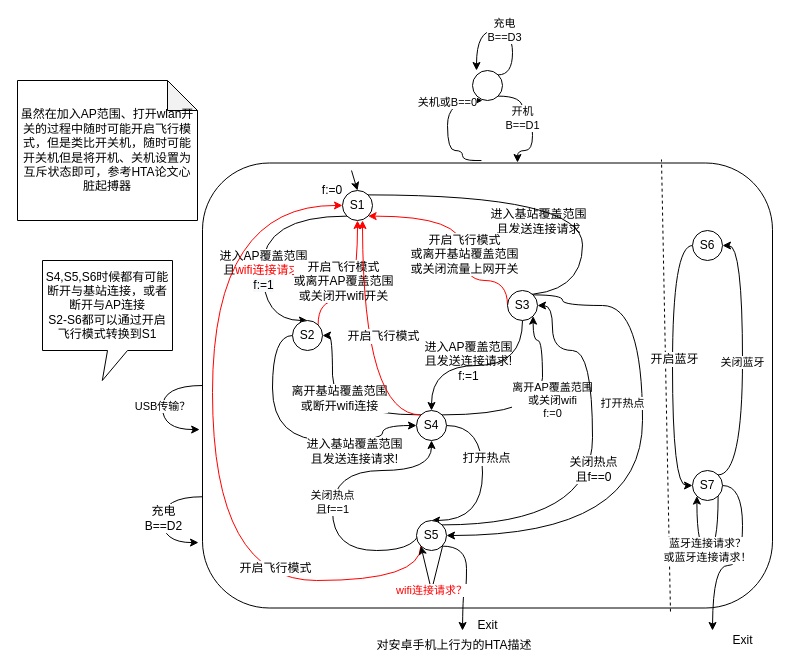
Earlier version of the draw.io diagram page "手机HTA" (2 of 5) of 时间自动机.drawio (Icarus1994/neutron_conf). Source tidied: cells renumbered, new cells numbered last; positions are measured from the earlier drawing's top-left corner, leaving out a move shared by most shapes. Both pictures are drawn from the tidied source at 100%, with x=0, y=0 at pixel (17, 30).
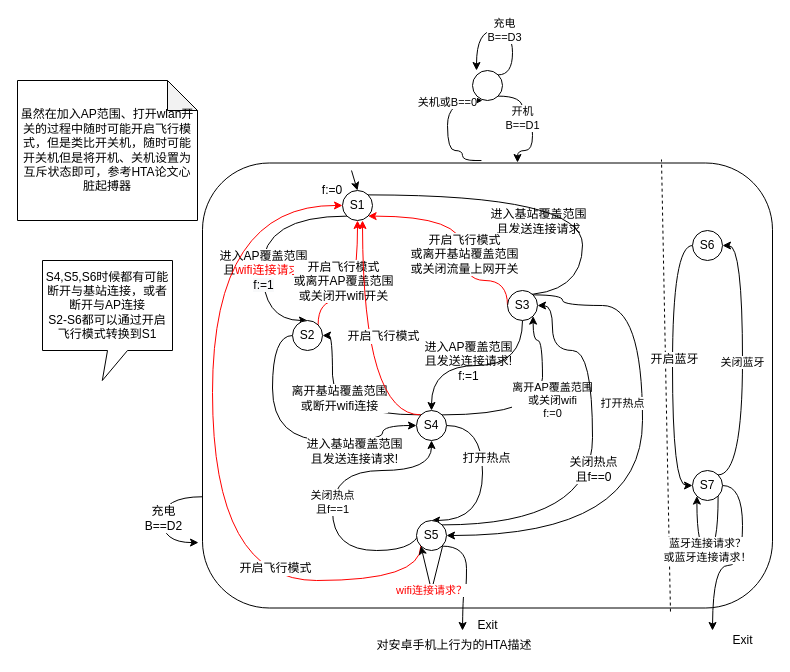
Above is the later version.

Unchanged cells that the change refers to:
```xml
<mxCell id="2" style="rounded=1;whiteSpace=wrap;html=1;" parent="1" vertex="1">
  <mxGeometry x="185" y="132.5" width="570" height="445" as="geometry" />
</mxCell>
```

The edit, as a diff of the source:
```diff
@@
-    <mxCell id="56" value="USB传输？" style="edgeStyle=orthogonalEdgeStyle;curved=1;rounded=0;orthogonalLoop=1;jettySize=auto;html=1;exitX=0;exitY=0.5;exitDx=0;exitDy=0;entryX=-0.005;entryY=0.599;entryDx=0;entryDy=0;entryPerimeter=0;strokeColor=#000000;" parent="1" edge="1" source="2" target="2">
-      <mxGeometry relative="1" as="geometry">
-        <Array as="points">
-          <mxPoint x="145" y="355" />
-          <mxPoint x="145" y="399" />
-        </Array>
-      </mxGeometry>
-    </mxCell>
```
